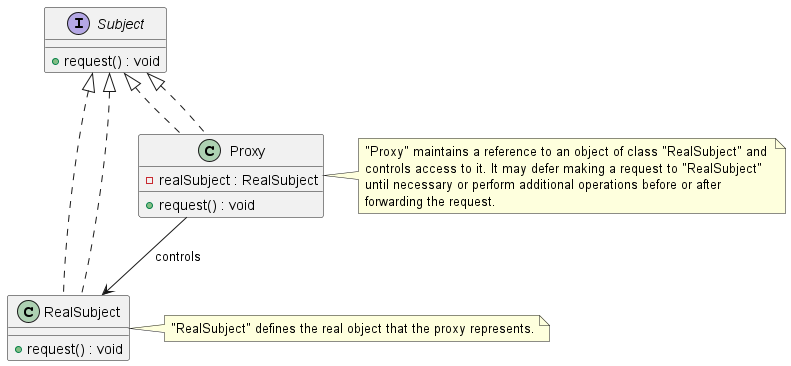
Before: Patterns/Manuscript/manuscript/images/ch08_Proxy/ProxyPatternClassDiagram.png, a diagram exported from PlantUML (Gabriel-SoftwareAG/DesignPatterns). Its diagram source:
```plantuml
@startuml ProxyPatternClassDiagram

interface Subject {
  +request() : void
}

class RealSubject implements Subject {
  +request() : void
}

class Proxy implements Subject {
  -realSubject : RealSubject
  +request() : void
}

Subject <|.. RealSubject
Subject <|.. Proxy
Proxy --> RealSubject : controls

note right of RealSubject
  "RealSubject" defines the real object that the proxy represents.
end note

note right of Proxy
  "Proxy" maintains a reference to an object of class "RealSubject" and
  controls access to it. It may defer making a request to "RealSubject"
  until necessary or perform additional operations before or after
  forwarding the request.
end note

@enduml
```
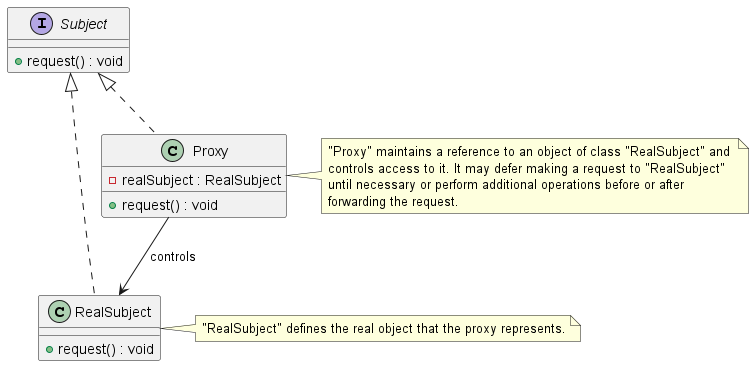
Above is the later version.

The edit, as a diff of the source:
```diff
@@ -13,8 +13,6 @@
   +request() : void
 }
 
-Subject <|.. RealSubject
-Subject <|.. Proxy
 Proxy --> RealSubject : controls
 
 note right of RealSubject
```
